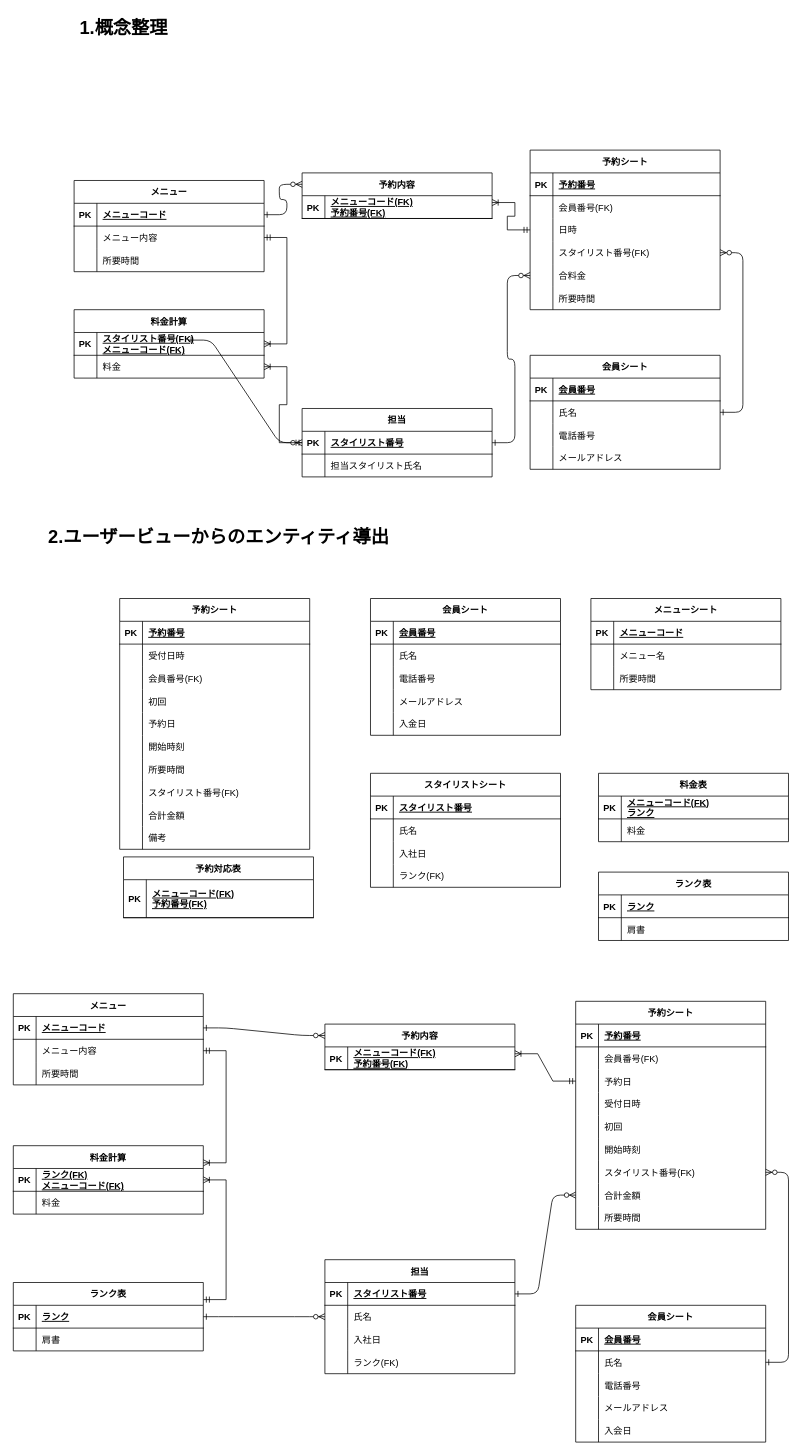
Before: SQL入門総合問題.drawio in hie3-336/ER-draw.io, a draw.io diagram. Source tidied: cells renumbered, new cells numbered last; positions are measured from the earlier drawing's top-left corner, leaving out a move shared by most shapes. Both pictures are drawn from the tidied source at 76%, with x=0, y=0 at pixel (13, 13).
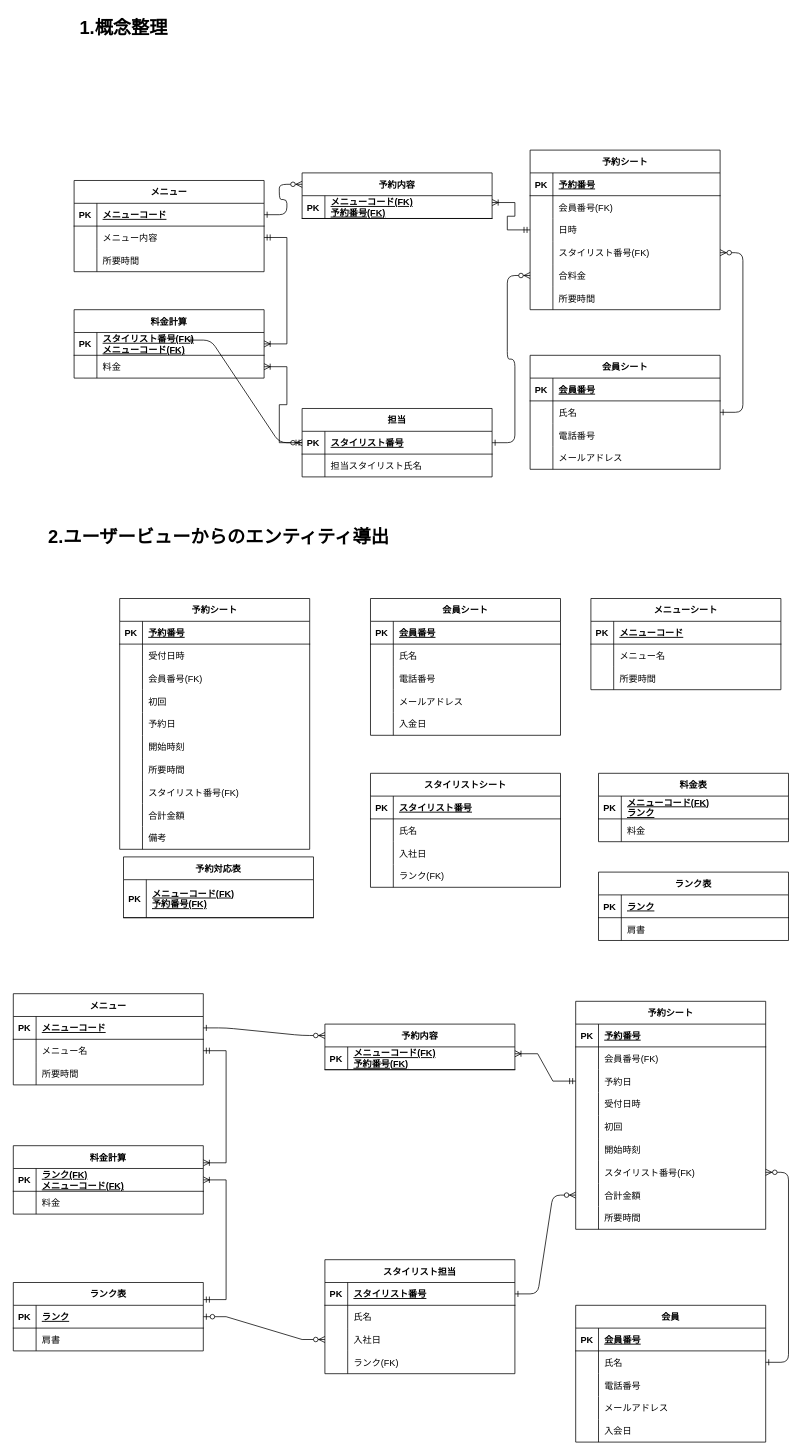
The same page after the edit.

Commit message:
SQL入門総合問題.drawio (答え合わせ)

The change refers to these unchanged cells:
```xml
<mxCell id="208" style="shape=partialRectangle;fillColor=none;points=[[0,0.5],[1,0.5]];portConstraint=eastwest;top=0;left=0;right=0;bottom=0;" parent="204" vertex="1">
  <mxGeometry y="60" width="250" height="30" as="geometry" />
</mxCell>
<mxCell id="211" style="shape=partialRectangle;fillColor=none;points=[[0,0.5],[1,0.5]];portConstraint=eastwest;top=0;left=0;right=0;bottom=0;" parent="204" vertex="1">
  <mxGeometry y="90" width="250" height="30" as="geometry" />
</mxCell>
<mxCell id="221" style="shape=partialRectangle;fillColor=none;points=[[0,0.5],[1,0.5]];portConstraint=eastwest;top=0;left=0;right=0;bottom=0;" parent="217" vertex="1">
  <mxGeometry y="60" width="250" height="30" as="geometry" />
</mxCell>
<mxCell id="244" style="shape=partialRectangle;fillColor=none;points=[[0,0.5],[1,0.5]];portConstraint=eastwest;top=0;left=0;right=0;bottom=1;" parent="243" vertex="1">
  <mxGeometry y="30" width="250" height="30" as="geometry" />
</mxCell>
```

What changed in the source:
```diff
@@
-    <mxCell id="160" value="会員シート" style="shape=table;startSize=30;childLayout=tableLayout;rowLines=0;fontStyle=1;align=center;" parent="1" vertex="1">
+    <mxCell id="160" value="会員" style="shape=table;startSize=30;childLayout=tableLayout;rowLines=0;fontStyle=1;align=center;" parent="1" vertex="1">
       <mxGeometry x="740" y="1700" width="250" height="180" as="geometry" />
     </mxCell>
@@
-    <mxCell id="204" value="担当" style="shape=table;startSize=30;childLayout=tableLayout;rowLines=0;fontStyle=1;align=center;" parent="1" vertex="1">
+    <mxCell id="204" value="スタイリスト担当" style="shape=table;startSize=30;childLayout=tableLayout;rowLines=0;fontStyle=1;align=center;" parent="1" vertex="1">
       <mxGeometry x="410" y="1640" width="250" height="150" as="geometry" />
     </mxCell>
@@
-    <mxCell id="223" value="メニュー内容" style="shape=partialRectangle;overflow=hidden;fillColor=none;top=0;left=0;bottom=0;right=0;align=left;spacingLeft=6;" parent="221" vertex="1">
+    <mxCell id="223" value="メニュー名" style="shape=partialRectangle;overflow=hidden;fillColor=none;top=0;left=0;bottom=0;right=0;align=left;spacingLeft=6;" parent="221" vertex="1">
       <mxGeometry x="30" width="220" height="30" as="geometry" />
     </mxCell>
@@
-    <mxCell id="250" style="edgeStyle=entityRelationEdgeStyle;endArrow=ERzeroToMany;startArrow=ERone;endFill=1;startFill=0;exitX=1;exitY=0.5;exitDx=0;exitDy=0;entryX=0;entryY=0.5;entryDx=0;entryDy=0;" parent="1" edge="1" source="244" target="208">
-      <mxGeometry relative="1" as="geometry" />
-    </mxCell>
+    <mxCell id="251" style="edgeStyle=entityRelationEdgeStyle;fontSize=12;html=1;endArrow=ERzeroToMany;startArrow=ERzeroToOne;rounded=0;entryX=0;entryY=0.5;entryDx=0;entryDy=0;exitX=1;exitY=0.5;exitDx=0;exitDy=0;" parent="1" edge="1" source="244" target="211">
+      <mxGeometry relative="1" as="geometry">
+        <Array as="points">
+          <mxPoint x="360" y="1680" />
+        </Array>
+      </mxGeometry>
+    </mxCell>
```
